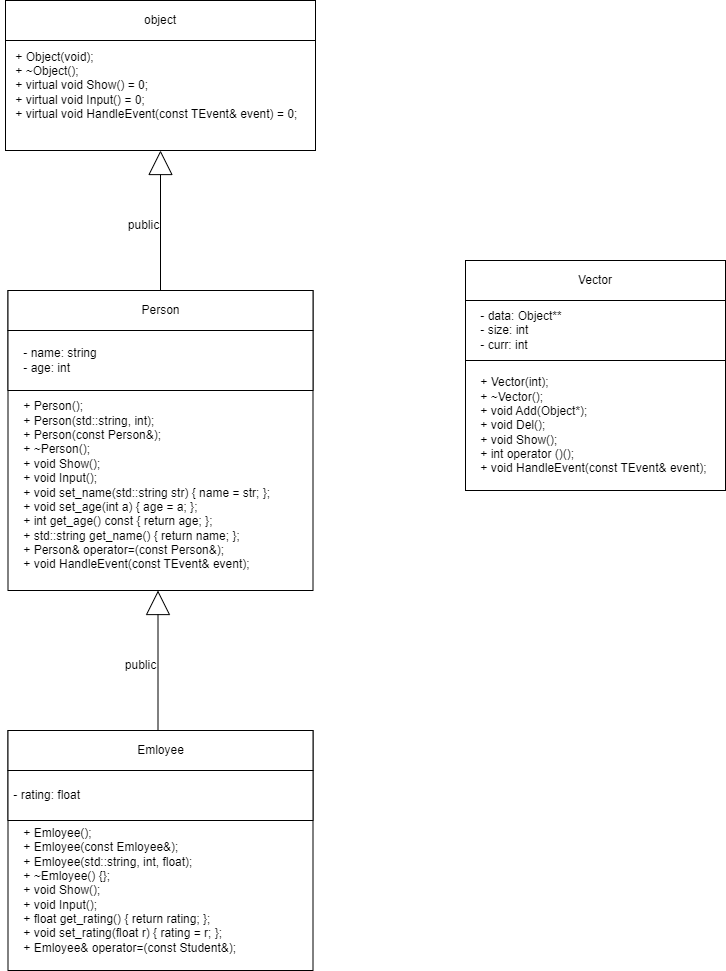
Above: 2 Семестр/Class/Лаба 8/Лаба 8 Классы.png in IlyaFedoseev227/LABS-PNRPU-IVT-22-1b (draw.io), before the change. Source tidied: cells renumbered, new cells last; positions are measured from the earlier drawing's top-left corner, leaving out a move shared by most shapes.
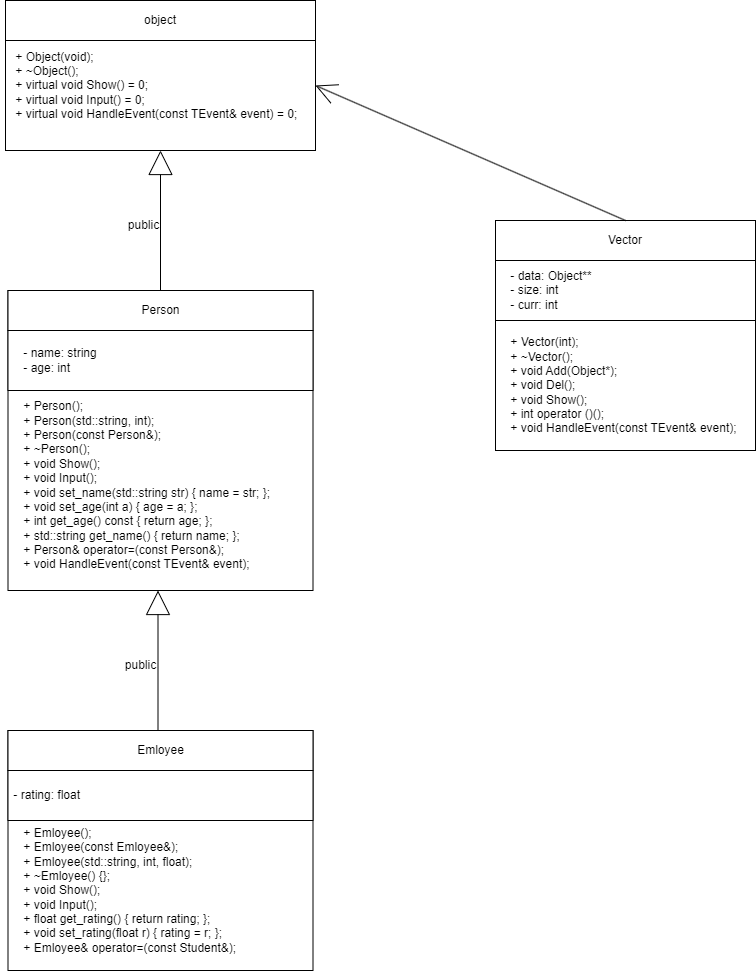
Later version of the same file.

Change to the diagram source:
```diff
@@ -57,19 +57,24 @@
       <mxGeometry x="115" y="650" width="50" height="30" as="geometry" />
     </mxCell>
     <mxCell id="19" style="rounded=0;whiteSpace=wrap;html=1;" parent="1" vertex="1">
-      <mxGeometry x="465" y="260" width="260" height="230" as="geometry" />
+      <mxGeometry x="495" y="220" width="260" height="230" as="geometry" />
     </mxCell>
     <mxCell id="20" value="Vector" style="rounded=0;whiteSpace=wrap;html=1;" parent="1" vertex="1">
-      <mxGeometry x="465" y="260" width="260" height="40" as="geometry" />
+      <mxGeometry x="495" y="220" width="260" height="40" as="geometry" />
     </mxCell>
     <mxCell id="21" value="&lt;div&gt;&amp;nbsp; &amp;nbsp; + Vector(int);&lt;/div&gt;&lt;div&gt;&amp;nbsp; &amp;nbsp; + ~Vector();&lt;/div&gt;&lt;div&gt;&amp;nbsp; &amp;nbsp; + void Add(Object*);&lt;/div&gt;&lt;div&gt;&amp;nbsp; &amp;nbsp; + void Del();&lt;/div&gt;&lt;div&gt;&amp;nbsp; &amp;nbsp; + void Show();&lt;/div&gt;&lt;div&gt;&amp;nbsp; &amp;nbsp; + int operator ()();&lt;/div&gt;&lt;div&gt;&amp;nbsp; &amp;nbsp; + void HandleEvent(const TEvent&amp;amp; event);&lt;/div&gt;" style="text;html=1;align=left;verticalAlign=middle;strokeColor=none;fillColor=none;" parent="1" vertex="1">
-      <mxGeometry x="465" y="370" width="260" height="110" as="geometry" />
+      <mxGeometry x="495" y="330" width="260" height="110" as="geometry" />
     </mxCell>
     <mxCell id="22" style="rounded=0;whiteSpace=wrap;html=1;" parent="1" vertex="1">
-      <mxGeometry x="465" y="300" width="260" height="60" as="geometry" />
+      <mxGeometry x="495" y="260" width="260" height="60" as="geometry" />
     </mxCell>
     <mxCell id="23" value="&lt;div&gt;&amp;nbsp; &amp;nbsp; - data: Object**&lt;/div&gt;&lt;div&gt;&amp;nbsp; &amp;nbsp; - size: int&lt;/div&gt;&lt;div&gt;&amp;nbsp; &amp;nbsp; - curr: int&lt;/div&gt;" style="text;html=1;align=left;verticalAlign=middle;strokeColor=none;fillColor=none;" parent="1" vertex="1">
-      <mxGeometry x="465" y="300" width="120" height="60" as="geometry" />
+      <mxGeometry x="495" y="260" width="120" height="60" as="geometry" />
     </mxCell>
+    <mxCell id="24" style="endArrow=open;html=1;rounded=0;exitX=0.5;exitY=0;exitDx=0;exitDy=0;endFill=0;endSize=19;" parent="1" edge="1" source="20">
+      <mxGeometry relative="1" as="geometry">
+        <mxPoint x="315" y="85" as="targetPoint" />
+      </mxGeometry>
+    </mxCell>
   </root>
 </mxGraphModel>
```
